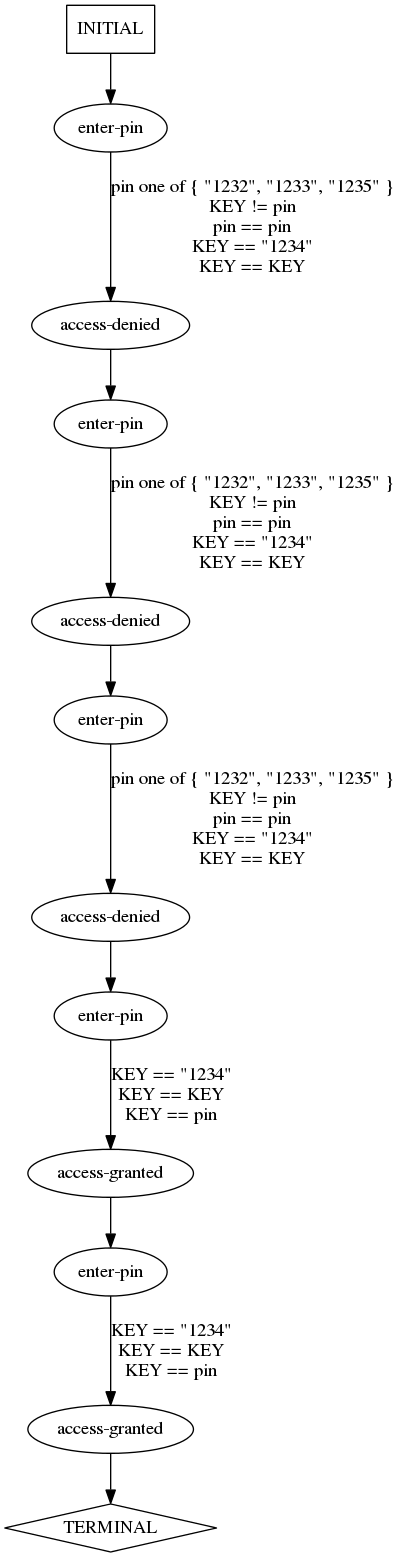
Earlier version of the Graphviz export traces/abstract/verify-pin/predicted-paths/verify-pin-test6.dot.png (ModelInference/synoptic). Its source is kept beside it as traces/abstract/verify-pin/predicted-paths/verify-pin-test6.dot.
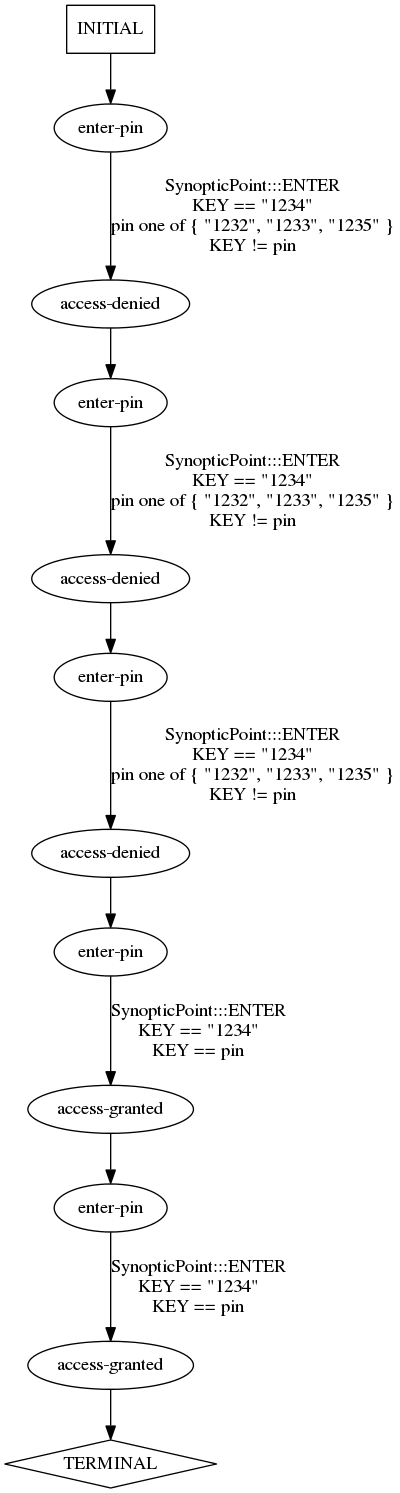
After the commit.

What changed in the source:
```diff
@@ -16,10 +16,10 @@
 2->8 [label="",];
 3->9 [label="",];
 4->10 [label="",];
-5->0 [label="pin one of { \"1232\", \"1233\", \"1235\" }\nKEY != pin\npin == pin\nKEY == \"1234\"\nKEY == KEY",];
-6->1 [label="pin one of { \"1232\", \"1233\", \"1235\" }\nKEY != pin\npin == pin\nKEY == \"1234\"\nKEY == KEY",];
-7->2 [label="pin one of { \"1232\", \"1233\", \"1235\" }\nKEY != pin\npin == pin\nKEY == \"1234\"\nKEY == KEY",];
-8->3 [label="KEY == \"1234\"\nKEY == KEY\nKEY == pin",];
-9->4 [label="KEY == \"1234\"\nKEY == KEY\nKEY == pin",];
+5->0 [label="SynopticPoint:::ENTER\nKEY == \"1234\"\npin one of { \"1232\", \"1233\", \"1235\" }\nKEY != pin\n",];
+6->1 [label="SynopticPoint:::ENTER\nKEY == \"1234\"\npin one of { \"1232\", \"1233\", \"1235\" }\nKEY != pin\n",];
+7->2 [label="SynopticPoint:::ENTER\nKEY == \"1234\"\npin one of { \"1232\", \"1233\", \"1235\" }\nKEY != pin\n",];
+8->3 [label="SynopticPoint:::ENTER\nKEY == \"1234\"\nKEY == pin\n",];
+9->4 [label="SynopticPoint:::ENTER\nKEY == \"1234\"\nKEY == pin\n",];
 11->5 [label="",];
 } // digraph {
```
